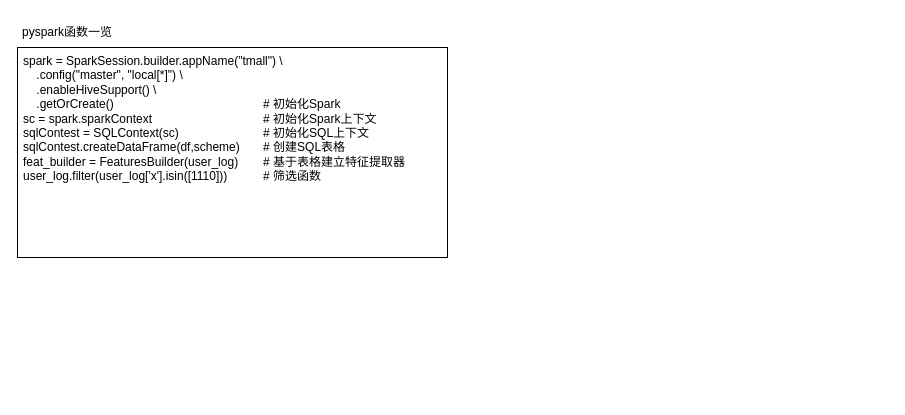
This is tmall2.drawio from limpid-11/drawio, a draw.io file, before an edit. Source tidied: cells renumbered, new cells numbered last; positions are measured from the earlier drawing's top-left corner, leaving out a move shared by most shapes. Both pictures are drawn from the tidied source at 100%, with x=0, y=0 at pixel (17, 17).
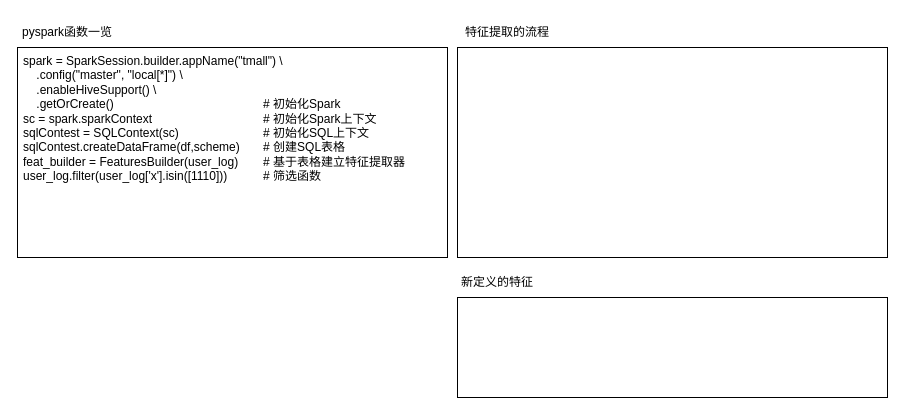
After the change.

Diff of the diagram source:
```diff
@@
 <mxGraphModel>
   <root>
     <mxCell id="0" />
     <mxCell id="1" parent="0" />
     <mxCell id="2" value="&lt;div&gt;spark = SparkSession.builder&lt;span style=&quot;background-color: initial;&quot;&gt;.appName(&quot;tmall&quot;) \&lt;/span&gt;&lt;/div&gt;&lt;div&gt;&amp;nbsp; &amp;nbsp; .config(&quot;master&quot;, &quot;local[*]&quot;) \&lt;/div&gt;&lt;div&gt;&amp;nbsp; &amp;nbsp; .enableHiveSupport() \&lt;/div&gt;&lt;div&gt;&amp;nbsp; &amp;nbsp; .getOrCreate()&lt;span style=&quot;white-space: pre;&quot;&gt;&#9;&lt;/span&gt;&lt;span style=&quot;white-space: pre;&quot;&gt;&#9;&lt;/span&gt;&lt;span style=&quot;white-space: pre;&quot;&gt;&#9;&lt;/span&gt;&lt;span style=&quot;white-space: pre;&quot;&gt;&#9;&lt;/span&gt;&lt;span style=&quot;white-space: pre;&quot;&gt;&#9;&lt;span style=&quot;white-space: pre;&quot;&gt;&#9;&lt;/span&gt;&lt;/span&gt;# 初始化Spark&lt;/div&gt;&lt;div&gt;sc = spark.sparkContext&lt;span style=&quot;white-space: pre;&quot;&gt;&#9;&lt;/span&gt;&lt;span style=&quot;white-space: pre;&quot;&gt;&#9;&lt;/span&gt;&lt;span style=&quot;white-space: pre;&quot;&gt;&#9;&lt;/span&gt;&lt;span style=&quot;white-space: pre;&quot;&gt;&#9;&lt;span style=&quot;white-space: pre;&quot;&gt;&#9;&lt;/span&gt;&lt;/span&gt;# 初始化Spark上下文&lt;br&gt;&lt;/div&gt;&lt;div&gt;sqlContest = SQLContext(sc)&lt;span style=&quot;white-space: pre;&quot;&gt;&#9;&lt;/span&gt;&lt;span style=&quot;white-space: pre;&quot;&gt;&#9;&lt;/span&gt;&lt;span style=&quot;white-space: pre;&quot;&gt;&#9;&lt;span style=&quot;white-space: pre;&quot;&gt;&#9;&lt;/span&gt;&lt;/span&gt;# 初始化SQL上下文&lt;br&gt;&lt;/div&gt;&lt;div&gt;sqlContest.createDataFrame(df,scheme)&lt;span style=&quot;white-space: pre;&quot;&gt;&#9;&lt;/span&gt;# 创建SQL表格&lt;br&gt;&lt;/div&gt;&lt;div&gt;feat_builder = FeaturesBuilder(user_log)&lt;span style=&quot;white-space: pre;&quot;&gt;&#9;&lt;/span&gt;# 基于表格建立特征提取器&lt;br&gt;&lt;/div&gt;&lt;div&gt;user_log.filter(user_log['x'].isin([1110]))&lt;span style=&quot;white-space: pre;&quot;&gt;&#9;&lt;/span&gt;&lt;span style=&quot;white-space: pre;&quot;&gt;&#9;&lt;/span&gt;# 筛选函数&lt;br&gt;&lt;/div&gt;&lt;div&gt;&lt;br&gt;&lt;/div&gt;&lt;div&gt;&lt;br&gt;&lt;/div&gt;" style="rounded=0;whiteSpace=wrap;html=1;align=left;verticalAlign=top;spacingLeft=4;" parent="1" vertex="1">
       <mxGeometry y="30" width="430" height="210" as="geometry" />
     </mxCell>
     <mxCell id="3" value="pyspark函数一览" style="text;html=1;align=center;verticalAlign=middle;whiteSpace=wrap;rounded=0;" parent="1" vertex="1">
       <mxGeometry width="100" height="30" as="geometry" />
     </mxCell>
+    <mxCell id="4" value="&lt;div&gt;&lt;br&gt;&lt;/div&gt;" style="rounded=0;whiteSpace=wrap;html=1;align=left;verticalAlign=top;spacingLeft=4;" parent="1" vertex="1">
+      <mxGeometry x="440" y="30" width="430" height="210" as="geometry" />
+    </mxCell>
+    <mxCell id="5" value="特征提取的流程" style="text;html=1;align=center;verticalAlign=middle;whiteSpace=wrap;rounded=0;" parent="1" vertex="1">
+      <mxGeometry x="440" width="100" height="30" as="geometry" />
+    </mxCell>
+    <mxCell id="6" value="新定义的特征" style="text;html=1;align=center;verticalAlign=middle;whiteSpace=wrap;rounded=0;" parent="1" vertex="1">
+      <mxGeometry x="440" y="250" width="80" height="30" as="geometry" />
+    </mxCell>
+    <mxCell id="7" value="&lt;div&gt;&lt;br&gt;&lt;/div&gt;" style="rounded=0;whiteSpace=wrap;html=1;align=left;verticalAlign=top;spacingLeft=4;" parent="1" vertex="1">
+      <mxGeometry x="440" y="280" width="430" height="100" as="geometry" />
+    </mxCell>
   </root>
 </mxGraphModel>
```
